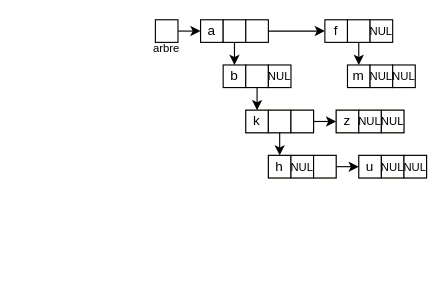
Before: page "exemple arbre" (2 of 6) of rapport/arbre.drawio in CavaniNicolas/SDD1_TP3, a draw.io diagram. Source tidied: cells renumbered, new cells numbered last; positions are measured from the earlier drawing's top-left corner, leaving out a move shared by most shapes. Both pictures are drawn from the tidied source at 113%, with x=0, y=0 at pixel (144, 19).
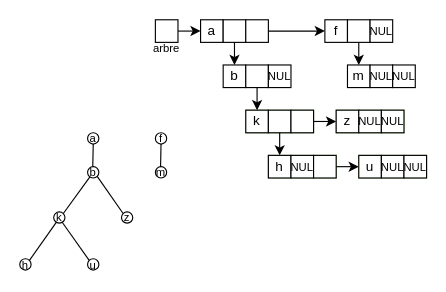
After the change.

Commit message:
amelioration exemple de l'arbre

Change to the diagram source:
```diff
@@
+    <mxCell id="45" value="&lt;font style=&quot;font-size: 10px&quot;&gt;b&lt;/font&gt;" style="ellipse;whiteSpace=wrap;html=1;" parent="1" vertex="1">
+      <mxGeometry x="-50" y="130" width="10" height="10" as="geometry" />
+    </mxCell>
+    <mxCell id="46" style="endArrow=none;html=1;exitX=1;exitY=0;exitDx=0;exitDy=0;" parent="1" edge="1" source="48" target="45">
+      <mxGeometry relative="1" as="geometry" />
+    </mxCell>
+    <mxCell id="47" style="endArrow=none;html=1;entryX=1;entryY=1;entryDx=0;entryDy=0;exitX=0;exitY=0;exitDx=0;exitDy=0;" parent="1" edge="1" source="49" target="45">
+      <mxGeometry relative="1" as="geometry" />
+    </mxCell>
+    <mxCell id="48" value="&lt;font style=&quot;font-size: 10px&quot;&gt;k&lt;/font&gt;" style="ellipse;whiteSpace=wrap;html=1;" parent="1" vertex="1">
+      <mxGeometry x="-80" y="170" width="10" height="10" as="geometry" />
+    </mxCell>
+    <mxCell id="49" value="&lt;font style=&quot;font-size: 10px&quot;&gt;z&lt;/font&gt;" style="ellipse;whiteSpace=wrap;html=1;" parent="1" vertex="1">
+      <mxGeometry x="-20" y="170" width="10" height="10" as="geometry" />
+    </mxCell>
+    <mxCell id="50" value="&lt;font style=&quot;font-size: 10px&quot;&gt;a&lt;/font&gt;" style="ellipse;whiteSpace=wrap;html=1;" parent="1" vertex="1">
+      <mxGeometry x="-50" y="100" width="10" height="10" as="geometry" />
+    </mxCell>
+    <mxCell id="51" style="endArrow=none;html=1;" parent="1" edge="1" target="50">
+      <mxGeometry relative="1" as="geometry">
+        <mxPoint x="-45.4" y="130" as="sourcePoint" />
+      </mxGeometry>
+    </mxCell>
+    <mxCell id="52" style="endArrow=none;html=1;exitX=1;exitY=0;exitDx=0;exitDy=0;entryX=0.245;entryY=0.903;entryDx=0;entryDy=0;entryPerimeter=0;" parent="1" edge="1" source="54" target="48">
+      <mxGeometry relative="1" as="geometry" />
+    </mxCell>
+    <mxCell id="53" style="endArrow=none;html=1;entryX=0.755;entryY=0.917;entryDx=0;entryDy=0;exitX=0;exitY=0;exitDx=0;exitDy=0;entryPerimeter=0;" parent="1" edge="1" source="55" target="48">
+      <mxGeometry relative="1" as="geometry" />
+    </mxCell>
+    <mxCell id="54" value="&lt;font style=&quot;font-size: 10px&quot;&gt;h&lt;/font&gt;" style="ellipse;whiteSpace=wrap;html=1;" parent="1" vertex="1">
+      <mxGeometry x="-110" y="211.5" width="10" height="10" as="geometry" />
+    </mxCell>
+    <mxCell id="55" value="&lt;font style=&quot;font-size: 10px&quot;&gt;u&lt;/font&gt;" style="ellipse;whiteSpace=wrap;html=1;" parent="1" vertex="1">
+      <mxGeometry x="-50" y="211.5" width="10" height="10" as="geometry" />
+    </mxCell>
+    <mxCell id="56" value="&lt;font style=&quot;font-size: 10px&quot;&gt;m&lt;/font&gt;" style="ellipse;whiteSpace=wrap;html=1;" parent="1" vertex="1">
+      <mxGeometry x="10" y="130" width="10" height="10" as="geometry" />
+    </mxCell>
+    <mxCell id="57" value="&lt;font style=&quot;font-size: 10px&quot;&gt;f&lt;/font&gt;" style="ellipse;whiteSpace=wrap;html=1;" parent="1" vertex="1">
+      <mxGeometry x="10" y="100" width="10" height="10" as="geometry" />
+    </mxCell>
+    <mxCell id="58" style="endArrow=none;html=1;" parent="1" edge="1" target="57">
+      <mxGeometry relative="1" as="geometry">
+        <mxPoint x="14.6" y="130" as="sourcePoint" />
+      </mxGeometry>
+    </mxCell>
```
